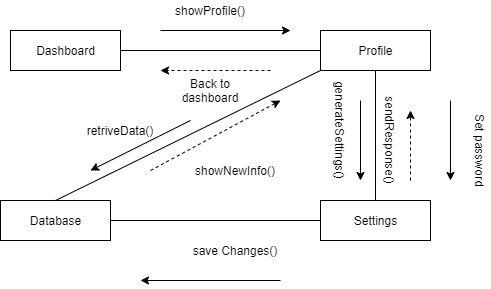
The draw.io diagram Diagrams/Collaboration Diagrams/COL_02_Settings.png in kkasharaj17/SE-project, before a commit. Source tidied: cells renumbered, new cells last; positions are measured from the earlier drawing's top-left corner, leaving out a move shared by most shapes. The source it was exported from:
```xml
<mxGraphModel>
  <root>
    <mxCell id="0" />
    <mxCell id="1" parent="0" />
    <mxCell id="2" value="Dashboard" style="html=1;" parent="1" vertex="1">
      <mxGeometry x="10" y="30" width="110" height="40" as="geometry" />
    </mxCell>
    <mxCell id="3" value="Profile" style="html=1;" parent="1" vertex="1">
      <mxGeometry x="320" y="30" width="110" height="40" as="geometry" />
    </mxCell>
    <mxCell id="4" value="Settings" style="html=1;" parent="1" vertex="1">
      <mxGeometry x="320" y="200" width="110" height="40" as="geometry" />
    </mxCell>
    <mxCell id="5" value="Database" style="html=1;" parent="1" vertex="1">
      <mxGeometry y="200" width="110" height="40" as="geometry" />
    </mxCell>
    <mxCell id="6" style="endArrow=none;html=1;entryX=0;entryY=0.5;entryDx=0;entryDy=0;exitX=1;exitY=0.5;exitDx=0;exitDy=0;" parent="1" edge="1" source="2" target="3">
      <mxGeometry relative="1" as="geometry" />
    </mxCell>
    <mxCell id="7" style="endArrow=none;html=1;exitX=0.5;exitY=0;exitDx=0;exitDy=0;" parent="1" edge="1" source="4">
      <mxGeometry relative="1" as="geometry">
        <mxPoint x="375" y="70" as="targetPoint" />
      </mxGeometry>
    </mxCell>
    <mxCell id="8" style="endArrow=none;html=1;entryX=0;entryY=0.5;entryDx=0;entryDy=0;exitX=1;exitY=0.5;exitDx=0;exitDy=0;" parent="1" edge="1" source="5" target="4">
      <mxGeometry relative="1" as="geometry" />
    </mxCell>
    <mxCell id="9" style="endArrow=none;html=1;exitX=0.5;exitY=0;exitDx=0;exitDy=0;entryX=0;entryY=1;entryDx=0;entryDy=0;" parent="1" edge="1" source="5" target="3">
      <mxGeometry relative="1" as="geometry" />
    </mxCell>
    <mxCell id="10" style="endArrow=classic;html=1;" parent="1" edge="1">
      <mxGeometry relative="1" as="geometry">
        <mxPoint x="160" y="30" as="sourcePoint" />
        <mxPoint x="290" y="30" as="targetPoint" />
      </mxGeometry>
    </mxCell>
    <mxCell id="11" value="showProfile()" style="text;html=1;strokeColor=none;fillColor=none;align=center;verticalAlign=middle;whiteSpace=wrap;rounded=0;" parent="1" vertex="1">
      <mxGeometry x="190" width="40" height="20" as="geometry" />
    </mxCell>
    <mxCell id="12" style="endArrow=classic;html=1;" parent="1" edge="1">
      <mxGeometry relative="1" as="geometry">
        <mxPoint x="450" y="100" as="sourcePoint" />
        <mxPoint x="450" y="180" as="targetPoint" />
      </mxGeometry>
    </mxCell>
    <mxCell id="13" style="endArrow=classic;html=1;" parent="1" edge="1">
      <mxGeometry relative="1" as="geometry">
        <mxPoint x="360" y="100" as="sourcePoint" />
        <mxPoint x="360" y="180" as="targetPoint" />
      </mxGeometry>
    </mxCell>
    <mxCell id="14" value="generateSettings()" style="text;html=1;strokeColor=none;fillColor=none;align=center;verticalAlign=middle;whiteSpace=wrap;rounded=0;rotation=90;" parent="1" vertex="1">
      <mxGeometry x="320" y="120" width="40" height="20" as="geometry" />
    </mxCell>
    <mxCell id="15" value="showNewInfo()" style="text;html=1;strokeColor=none;fillColor=none;align=center;verticalAlign=middle;whiteSpace=wrap;rounded=0;rotation=0;" parent="1" vertex="1">
      <mxGeometry x="195" y="160" width="80" height="20" as="geometry" />
    </mxCell>
    <mxCell id="16" style="endArrow=classic;html=1;dashed=1;" parent="1" edge="1">
      <mxGeometry relative="1" as="geometry">
        <mxPoint x="410" y="180" as="sourcePoint" />
        <mxPoint x="410" y="110" as="targetPoint" />
      </mxGeometry>
    </mxCell>
    <mxCell id="17" value="sendResponse()" style="text;html=1;strokeColor=none;fillColor=none;align=center;verticalAlign=middle;whiteSpace=wrap;rounded=0;rotation=90;" parent="1" vertex="1">
      <mxGeometry x="370" y="130" width="40" height="20" as="geometry" />
    </mxCell>
    <mxCell id="18" value="save Changes()&lt;br&gt;" style="text;html=1;strokeColor=none;fillColor=none;align=center;verticalAlign=middle;whiteSpace=wrap;rounded=0;" parent="1" vertex="1">
      <mxGeometry x="190" y="240" width="90" height="20" as="geometry" />
    </mxCell>
    <mxCell id="19" style="endArrow=classic;html=1;" parent="1" edge="1">
      <mxGeometry relative="1" as="geometry">
        <mxPoint x="280" y="280" as="sourcePoint" />
        <mxPoint x="140" y="280" as="targetPoint" />
      </mxGeometry>
    </mxCell>
    <mxCell id="20" style="endArrow=classic;html=1;dashed=1;" parent="1" edge="1">
      <mxGeometry relative="1" as="geometry">
        <mxPoint x="270" y="70" as="sourcePoint" />
        <mxPoint x="160" y="70" as="targetPoint" />
      </mxGeometry>
    </mxCell>
    <mxCell id="21" value="Back to dashboard" style="text;html=1;strokeColor=none;fillColor=none;align=center;verticalAlign=middle;whiteSpace=wrap;rounded=0;" parent="1" vertex="1">
      <mxGeometry x="190" y="80" width="40" height="20" as="geometry" />
    </mxCell>
    <mxCell id="22" style="endArrow=classic;html=1;dashed=1;" parent="1" edge="1">
      <mxGeometry relative="1" as="geometry">
        <mxPoint x="150" y="170" as="sourcePoint" />
        <mxPoint x="280" y="100" as="targetPoint" />
      </mxGeometry>
    </mxCell>
    <mxCell id="23" value="Set password" style="text;html=1;strokeColor=none;fillColor=none;align=center;verticalAlign=middle;whiteSpace=wrap;rounded=0;rotation=90;" parent="1" vertex="1">
      <mxGeometry x="440" y="140" width="80" height="20" as="geometry" />
    </mxCell>
    <mxCell id="24" value="retriveData()" style="text;html=1;strokeColor=none;fillColor=none;align=center;verticalAlign=middle;whiteSpace=wrap;rounded=0;rotation=0;" parent="1" vertex="1">
      <mxGeometry x="80" y="120" width="80" height="20" as="geometry" />
    </mxCell>
    <mxCell id="25" style="endArrow=classic;html=1;" parent="1" edge="1">
      <mxGeometry relative="1" as="geometry">
        <mxPoint x="190" y="120" as="sourcePoint" />
        <mxPoint x="90" y="170" as="targetPoint" />
      </mxGeometry>
    </mxCell>
  </root>
</mxGraphModel>
```
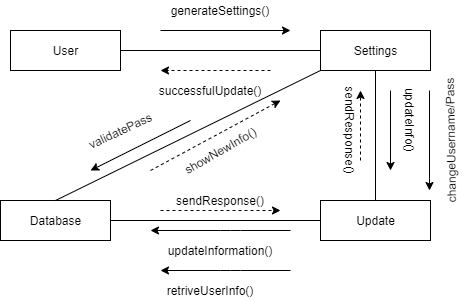
The same file after the commit.

Diff of the diagram source:
```diff
@@ -2,13 +2,13 @@
   <root>
     <mxCell id="0" />
     <mxCell id="1" parent="0" />
-    <mxCell id="2" value="Dashboard" style="html=1;" parent="1" vertex="1">
+    <mxCell id="2" value="User" style="html=1;" parent="1" vertex="1">
       <mxGeometry x="10" y="30" width="110" height="40" as="geometry" />
     </mxCell>
-    <mxCell id="3" value="Profile" style="html=1;" parent="1" vertex="1">
+    <mxCell id="3" value="Settings" style="html=1;" parent="1" vertex="1">
       <mxGeometry x="320" y="30" width="110" height="40" as="geometry" />
     </mxCell>
-    <mxCell id="4" value="Settings" style="html=1;" parent="1" vertex="1">
+    <mxCell id="4" value="Update" style="html=1;" parent="1" vertex="1">
       <mxGeometry x="320" y="200" width="110" height="40" as="geometry" />
     </mxCell>
     <mxCell id="5" value="Database" style="html=1;" parent="1" vertex="1">
@@ -34,52 +34,40 @@
         <mxPoint x="290" y="30" as="targetPoint" />
       </mxGeometry>
     </mxCell>
-    <mxCell id="11" value="showProfile()" style="text;html=1;strokeColor=none;fillColor=none;align=center;verticalAlign=middle;whiteSpace=wrap;rounded=0;" parent="1" vertex="1">
-      <mxGeometry x="190" width="40" height="20" as="geometry" />
-    </mxCell>
     <mxCell id="12" style="endArrow=classic;html=1;" parent="1" edge="1">
       <mxGeometry relative="1" as="geometry">
-        <mxPoint x="450" y="100" as="sourcePoint" />
-        <mxPoint x="450" y="180" as="targetPoint" />
+        <mxPoint x="390" y="90" as="sourcePoint" />
+        <mxPoint x="390" y="170" as="targetPoint" />
       </mxGeometry>
     </mxCell>
-    <mxCell id="13" style="endArrow=classic;html=1;" parent="1" edge="1">
+    <mxCell id="13" style="endArrow=classic;html=1;dashed=1;" parent="1" edge="1">
       <mxGeometry relative="1" as="geometry">
-        <mxPoint x="360" y="100" as="sourcePoint" />
-        <mxPoint x="360" y="180" as="targetPoint" />
+        <mxPoint x="160" y="210" as="sourcePoint" />
+        <mxPoint x="280" y="210" as="targetPoint" />
       </mxGeometry>
     </mxCell>
-    <mxCell id="14" value="generateSettings()" style="text;html=1;strokeColor=none;fillColor=none;align=center;verticalAlign=middle;whiteSpace=wrap;rounded=0;rotation=90;" parent="1" vertex="1">
-      <mxGeometry x="320" y="120" width="40" height="20" as="geometry" />
+    <mxCell id="14" value="generateSettings()" style="text;html=1;strokeColor=none;fillColor=none;align=center;verticalAlign=middle;whiteSpace=wrap;rounded=0;rotation=0;" parent="1" vertex="1">
+      <mxGeometry x="200" width="40" height="20" as="geometry" />
     </mxCell>
-    <mxCell id="15" value="showNewInfo()" style="text;html=1;strokeColor=none;fillColor=none;align=center;verticalAlign=middle;whiteSpace=wrap;rounded=0;rotation=0;" parent="1" vertex="1">
-      <mxGeometry x="195" y="160" width="80" height="20" as="geometry" />
+    <mxCell id="15" value="showNewInfo()" style="text;html=1;strokeColor=none;fillColor=none;align=center;verticalAlign=middle;whiteSpace=wrap;rounded=0;rotation=-30;" parent="1" vertex="1">
+      <mxGeometry x="180" y="140" width="80" height="20" as="geometry" />
     </mxCell>
     <mxCell id="16" style="endArrow=classic;html=1;dashed=1;" parent="1" edge="1">
       <mxGeometry relative="1" as="geometry">
-        <mxPoint x="410" y="180" as="sourcePoint" />
-        <mxPoint x="410" y="110" as="targetPoint" />
+        <mxPoint x="360" y="160" as="sourcePoint" />
+        <mxPoint x="360" y="90" as="targetPoint" />
       </mxGeometry>
     </mxCell>
     <mxCell id="17" value="sendResponse()" style="text;html=1;strokeColor=none;fillColor=none;align=center;verticalAlign=middle;whiteSpace=wrap;rounded=0;rotation=90;" parent="1" vertex="1">
-      <mxGeometry x="370" y="130" width="40" height="20" as="geometry" />
+      <mxGeometry x="330" y="120" width="40" height="20" as="geometry" />
     </mxCell>
-    <mxCell id="18" value="save Changes()&lt;br&gt;" style="text;html=1;strokeColor=none;fillColor=none;align=center;verticalAlign=middle;whiteSpace=wrap;rounded=0;" parent="1" vertex="1">
-      <mxGeometry x="190" y="240" width="90" height="20" as="geometry" />
-    </mxCell>
-    <mxCell id="19" style="endArrow=classic;html=1;" parent="1" edge="1">
-      <mxGeometry relative="1" as="geometry">
-        <mxPoint x="280" y="280" as="sourcePoint" />
-        <mxPoint x="140" y="280" as="targetPoint" />
-      </mxGeometry>
-    </mxCell>
     <mxCell id="20" style="endArrow=classic;html=1;dashed=1;" parent="1" edge="1">
       <mxGeometry relative="1" as="geometry">
         <mxPoint x="270" y="70" as="sourcePoint" />
         <mxPoint x="160" y="70" as="targetPoint" />
       </mxGeometry>
     </mxCell>
-    <mxCell id="21" value="Back to dashboard" style="text;html=1;strokeColor=none;fillColor=none;align=center;verticalAlign=middle;whiteSpace=wrap;rounded=0;" parent="1" vertex="1">
+    <mxCell id="21" value="successfulUpdate()" style="text;html=1;strokeColor=none;fillColor=none;align=center;verticalAlign=middle;whiteSpace=wrap;rounded=0;" parent="1" vertex="1">
       <mxGeometry x="190" y="80" width="40" height="20" as="geometry" />
     </mxCell>
     <mxCell id="22" style="endArrow=classic;html=1;dashed=1;" parent="1" edge="1">
@@ -88,10 +76,10 @@
         <mxPoint x="280" y="100" as="targetPoint" />
       </mxGeometry>
     </mxCell>
-    <mxCell id="23" value="Set password" style="text;html=1;strokeColor=none;fillColor=none;align=center;verticalAlign=middle;whiteSpace=wrap;rounded=0;rotation=90;" parent="1" vertex="1">
-      <mxGeometry x="440" y="140" width="80" height="20" as="geometry" />
+    <mxCell id="23" value="updateInfo()" style="text;html=1;strokeColor=none;fillColor=none;align=center;verticalAlign=middle;whiteSpace=wrap;rounded=0;rotation=90;" parent="1" vertex="1">
+      <mxGeometry x="370" y="110" width="80" height="20" as="geometry" />
     </mxCell>
-    <mxCell id="24" value="retriveData()" style="text;html=1;strokeColor=none;fillColor=none;align=center;verticalAlign=middle;whiteSpace=wrap;rounded=0;rotation=0;" parent="1" vertex="1">
+    <mxCell id="24" value="validatePass" style="text;html=1;strokeColor=none;fillColor=none;align=center;verticalAlign=middle;whiteSpace=wrap;rounded=0;rotation=-25;" parent="1" vertex="1">
       <mxGeometry x="80" y="120" width="80" height="20" as="geometry" />
     </mxCell>
     <mxCell id="25" style="endArrow=classic;html=1;" parent="1" edge="1">
@@ -100,5 +88,41 @@
         <mxPoint x="90" y="170" as="targetPoint" />
       </mxGeometry>
     </mxCell>
+    <mxCell id="26" value="sendResponse()" style="text;html=1;strokeColor=none;fillColor=none;align=center;verticalAlign=middle;whiteSpace=wrap;rounded=0;" parent="1" vertex="1">
+      <mxGeometry x="200" y="190" width="40" height="20" as="geometry" />
+    </mxCell>
+    <mxCell id="27" style="endArrow=classic;html=1;" parent="1" edge="1">
+      <mxGeometry relative="1" as="geometry">
+        <mxPoint x="290" y="230" as="sourcePoint" />
+        <mxPoint x="150" y="230" as="targetPoint" />
+        <Array as="points">
+          <mxPoint x="230" y="230" />
+        </Array>
+      </mxGeometry>
+    </mxCell>
+    <mxCell id="28" value="updateInformation()" style="text;html=1;strokeColor=none;fillColor=none;align=center;verticalAlign=middle;whiteSpace=wrap;rounded=0;" parent="1" vertex="1">
+      <mxGeometry x="200" y="240" width="40" height="20" as="geometry" />
+    </mxCell>
+    <mxCell id="29" value="changeUsername/Pass" style="text;html=1;strokeColor=none;fillColor=none;align=center;verticalAlign=middle;whiteSpace=wrap;rounded=0;rotation=-91;" parent="1" vertex="1">
+      <mxGeometry x="430" y="130" width="40" height="20" as="geometry" />
+    </mxCell>
+    <mxCell id="30" style="endArrow=classic;html=1;" parent="1" edge="1">
+      <mxGeometry relative="1" as="geometry">
+        <mxPoint x="429" y="90" as="sourcePoint" />
+        <mxPoint x="429" y="190" as="targetPoint" />
+      </mxGeometry>
+    </mxCell>
+    <mxCell id="31" style="endArrow=classic;html=1;" parent="1" edge="1">
+      <mxGeometry relative="1" as="geometry">
+        <mxPoint x="290" y="270" as="sourcePoint" />
+        <mxPoint x="160" y="270" as="targetPoint" />
+        <Array as="points">
+          <mxPoint x="230" y="270" />
+        </Array>
+      </mxGeometry>
+    </mxCell>
+    <mxCell id="32" value="retriveUserInfo()" style="text;html=1;strokeColor=none;fillColor=none;align=center;verticalAlign=middle;whiteSpace=wrap;rounded=0;" parent="1" vertex="1">
+      <mxGeometry x="190" y="280" width="40" height="20" as="geometry" />
+    </mxCell>
   </root>
 </mxGraphModel>
```
